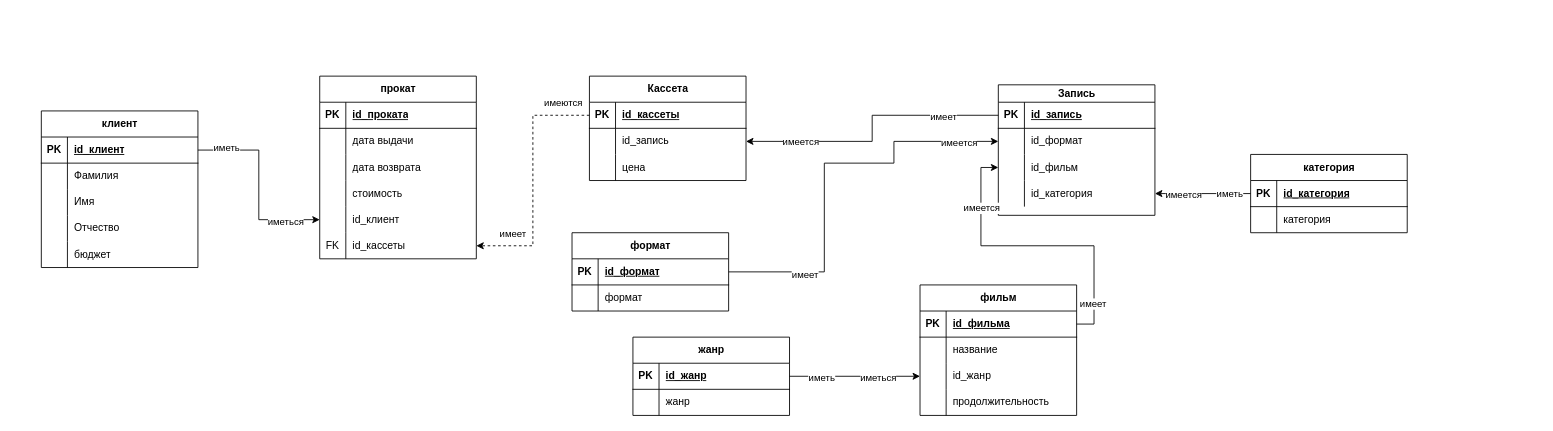
Above: БД-практика.drawio in Sxikkk/MDK_JS-2 (draw.io), before the change. Source tidied: cells renumbered, new cells numbered last; positions are measured from the earlier drawing's top-left corner, leaving out a move shared by most shapes. Both pictures are drawn from the tidied source at 87%, with x=0, y=0 at pixel (41, 76).
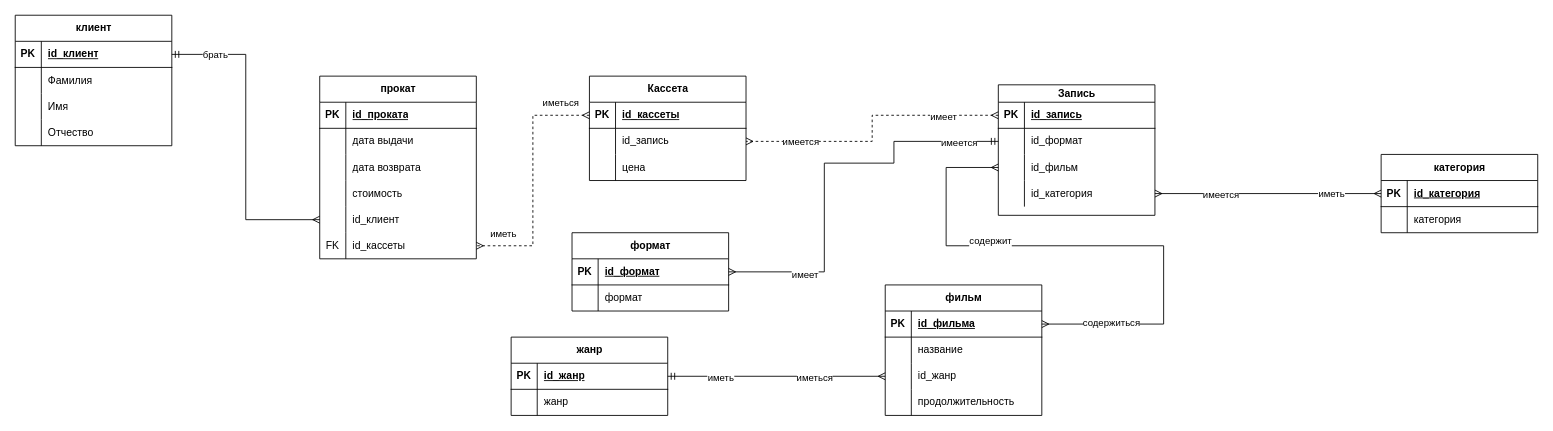
After the change.

Unchanged cells that the change refers to:
```xml
<mxCell id="3" style="shape=tableRow;horizontal=0;startSize=0;swimlaneHead=0;swimlaneBody=0;fillColor=none;points=[[0,0.5],[1,0.5]];portConstraint=eastwest;top=0;left=0;right=0;bottom=1;" parent="2" vertex="1">
  <mxGeometry y="30" width="180" height="30" as="geometry" />
</mxCell>
<mxCell id="15" style="shape=tableRow;horizontal=0;startSize=0;swimlaneHead=0;swimlaneBody=0;fillColor=none;points=[[0,0.5],[1,0.5]];portConstraint=eastwest;top=0;left=0;right=0;bottom=0;" parent="2" vertex="1">
  <mxGeometry y="150" width="180" height="30" as="geometry" />
</mxCell>
<mxCell id="18" style="shape=tableRow;horizontal=0;startSize=0;swimlaneHead=0;swimlaneBody=0;fillColor=none;points=[[0,0.5],[1,0.5]];portConstraint=eastwest;top=0;left=0;right=0;bottom=0;" parent="2" vertex="1">
  <mxGeometry y="180" width="180" height="30" as="geometry" />
</mxCell>
<mxCell id="22" style="shape=tableRow;horizontal=0;startSize=0;swimlaneHead=0;swimlaneBody=0;fillColor=none;points=[[0,0.5],[1,0.5]];portConstraint=eastwest;top=0;left=0;right=0;bottom=1;" parent="21" vertex="1">
  <mxGeometry y="30" width="180" height="30" as="geometry" />
</mxCell>
<mxCell id="25" style="shape=tableRow;horizontal=0;startSize=0;swimlaneHead=0;swimlaneBody=0;fillColor=none;points=[[0,0.5],[1,0.5]];portConstraint=eastwest;top=0;left=0;right=0;bottom=0;" parent="21" vertex="1">
  <mxGeometry y="60" width="180" height="30" as="geometry" />
</mxCell>
<mxCell id="35" style="shape=tableRow;horizontal=0;startSize=0;swimlaneHead=0;swimlaneBody=0;fillColor=none;points=[[0,0.5],[1,0.5]];portConstraint=eastwest;top=0;left=0;right=0;bottom=1;" parent="34" vertex="1">
  <mxGeometry y="20" width="180" height="30" as="geometry" />
</mxCell>
<mxCell id="38" style="shape=tableRow;horizontal=0;startSize=0;swimlaneHead=0;swimlaneBody=0;fillColor=none;points=[[0,0.5],[1,0.5]];portConstraint=eastwest;top=0;left=0;right=0;bottom=0;" parent="34" vertex="1">
  <mxGeometry y="50" width="180" height="30" as="geometry" />
</mxCell>
<mxCell id="41" style="shape=tableRow;horizontal=0;startSize=0;swimlaneHead=0;swimlaneBody=0;fillColor=none;points=[[0,0.5],[1,0.5]];portConstraint=eastwest;top=0;left=0;right=0;bottom=0;" parent="34" vertex="1">
  <mxGeometry y="80" width="180" height="30" as="geometry" />
</mxCell>
<mxCell id="44" style="shape=tableRow;horizontal=0;startSize=0;swimlaneHead=0;swimlaneBody=0;fillColor=none;points=[[0,0.5],[1,0.5]];portConstraint=eastwest;top=0;left=0;right=0;bottom=0;" parent="34" vertex="1">
  <mxGeometry y="110" width="180" height="30" as="geometry" />
</mxCell>
<mxCell id="53" value="формат" style="shape=table;startSize=30;childLayout=tableLayout;rowLines=0;fontStyle=1;align=center;html=1;" parent="1" vertex="1">
  <mxGeometry x="610" y="180" width="180" height="90" as="geometry" />
</mxCell>
<mxCell id="61" style="shape=tableRow;horizontal=0;startSize=0;swimlaneHead=0;swimlaneBody=0;fillColor=none;points=[[0,0.5],[1,0.5]];portConstraint=eastwest;top=0;left=0;right=0;bottom=1;" parent="60" vertex="1">
  <mxGeometry y="30" width="180" height="30" as="geometry" />
</mxCell>
<mxCell id="67" style="shape=tableRow;horizontal=0;startSize=0;swimlaneHead=0;swimlaneBody=0;fillColor=none;points=[[0,0.5],[1,0.5]];portConstraint=eastwest;top=0;left=0;right=0;bottom=0;" parent="60" vertex="1">
  <mxGeometry y="90" width="180" height="30" as="geometry" />
</mxCell>
<mxCell id="74" style="shape=tableRow;horizontal=0;startSize=0;swimlaneHead=0;swimlaneBody=0;fillColor=none;points=[[0,0.5],[1,0.5]];portConstraint=eastwest;top=0;left=0;right=0;bottom=1;" parent="73" vertex="1">
  <mxGeometry y="30" width="180" height="30" as="geometry" />
</mxCell>
<mxCell id="87" style="shape=tableRow;horizontal=0;startSize=0;swimlaneHead=0;swimlaneBody=0;fillColor=none;points=[[0,0.5],[1,0.5]];portConstraint=eastwest;top=0;left=0;right=0;bottom=1;" parent="86" vertex="1">
  <mxGeometry y="30" width="180" height="30" as="geometry" />
</mxCell>
<mxCell id="97" style="shape=tableRow;horizontal=0;startSize=0;swimlaneHead=0;swimlaneBody=0;fillColor=none;points=[[0,0.5],[1,0.5]];portConstraint=eastwest;top=0;left=0;right=0;bottom=1;" parent="96" vertex="1">
  <mxGeometry y="30" width="180" height="30" as="geometry" />
</mxCell>
```

What changed in the source:
```diff
@@
-    <mxCell id="31" style="edgeStyle=orthogonalEdgeStyle;rounded=0;jettySize=auto;html=1;entryX=1;entryY=0.5;entryDx=0;entryDy=0;dashed=1;" parent="1" edge="1" source="22" target="18">
+    <mxCell id="31" style="edgeStyle=orthogonalEdgeStyle;rounded=0;jettySize=auto;html=1;entryX=1;entryY=0.5;entryDx=0;entryDy=0;dashed=1;endArrow=ERmany;endFill=0;startArrow=ERmany;startFill=0;" parent="1" edge="1" source="22" target="18">
       <mxGeometry relative="1" as="geometry" />
     </mxCell>
-    <mxCell id="32" value="имеет" style="edgeLabel;html=1;align=center;verticalAlign=middle;" parent="31" vertex="1">
-      <mxGeometry x="0.71" y="3" relative="1" as="geometry">
-        <mxPoint y="-18" as="offset" />
-      </mxGeometry>
-    </mxCell>
-    <mxCell id="33" value="имеются" style="edgeLabel;html=1;align=center;verticalAlign=middle;" parent="31" vertex="1">
-      <mxGeometry x="-0.78" relative="1" as="geometry">
-        <mxPoint y="-15" as="offset" />
-      </mxGeometry>
-    </mxCell>
+    <mxCell id="113" value="иметь" style="edgeLabel;html=1;align=center;verticalAlign=middle;" parent="31" vertex="1">
+      <mxGeometry x="-0.65" y="-2" relative="1" as="geometry">
+        <mxPoint x="-51" y="137" as="offset" />
+      </mxGeometry>
+    </mxCell>
+    <mxCell id="114" value="иметься" style="edgeLabel;html=1;align=center;verticalAlign=middle;" parent="31" vertex="1">
+      <mxGeometry x="-0.76" y="2" relative="1" as="geometry">
+        <mxPoint y="-17" as="offset" />
+      </mxGeometry>
+    </mxCell>
@@
-    <mxCell id="47" style="edgeStyle=orthogonalEdgeStyle;rounded=0;jettySize=auto;html=1;entryX=1;entryY=0.5;entryDx=0;entryDy=0;" parent="1" edge="1" source="35" target="25">
+    <mxCell id="47" style="edgeStyle=orthogonalEdgeStyle;rounded=0;jettySize=auto;html=1;entryX=1;entryY=0.5;entryDx=0;entryDy=0;startArrow=ERmany;startFill=0;endArrow=ERmany;endFill=0;dashed=1;" parent="1" edge="1" source="35" target="25">
       <mxGeometry relative="1" as="geometry" />
     </mxCell>
@@
-    <mxCell id="50" style="edgeStyle=orthogonalEdgeStyle;rounded=0;jettySize=auto;html=1;entryX=0;entryY=0.5;entryDx=0;entryDy=0;" parent="1" edge="1" source="53" target="38">
+    <mxCell id="50" style="edgeStyle=orthogonalEdgeStyle;rounded=0;jettySize=auto;html=1;entryX=0;entryY=0.5;entryDx=0;entryDy=0;endArrow=ERmandOne;endFill=0;startArrow=ERmany;startFill=0;" parent="1" edge="1" source="53" target="38">
       <mxGeometry relative="1" as="geometry">
         <Array as="points">
           <mxPoint x="900" y="225" />
           <mxPoint x="900" y="100" />
           <mxPoint x="980" y="100" />
           <mxPoint x="980" y="75" />
         </Array>
       </mxGeometry>
     </mxCell>
@@
     <mxCell id="60" value="фильм" style="shape=table;startSize=30;childLayout=tableLayout;rowLines=0;fontStyle=1;align=center;html=1;" parent="1" vertex="1">
-      <mxGeometry x="1010" y="240" width="180" height="150" as="geometry" />
+      <mxGeometry x="970" y="240" width="180" height="150" as="geometry" />
     </mxCell>
@@
     <mxCell id="73" value="категория" style="shape=table;startSize=30;childLayout=tableLayout;rowLines=0;fontStyle=1;align=center;html=1;" parent="1" vertex="1">
-      <mxGeometry x="1390" y="90" width="180" height="90" as="geometry" />
+      <mxGeometry x="1540" y="90" width="180" height="90" as="geometry" />
     </mxCell>
@@
-    <mxCell id="80" style="edgeStyle=orthogonalEdgeStyle;rounded=0;jettySize=auto;html=1;entryX=0;entryY=0.5;entryDx=0;entryDy=0;" parent="1" edge="1" source="61" target="41">
-      <mxGeometry relative="1" as="geometry" />
+    <mxCell id="80" style="edgeStyle=orthogonalEdgeStyle;rounded=0;jettySize=auto;html=1;entryX=0;entryY=0.5;entryDx=0;entryDy=0;startArrow=ERmany;startFill=0;endArrow=ERmany;endFill=0;" parent="1" edge="1" source="61" target="41">
+      <mxGeometry relative="1" as="geometry">
+        <Array as="points">
+          <mxPoint x="1290" y="285" />
+          <mxPoint x="1290" y="195" />
+          <mxPoint x="1040" y="195" />
+          <mxPoint x="1040" y="105" />
+        </Array>
+      </mxGeometry>
     </mxCell>
-    <mxCell id="81" value="имеет" style="edgeLabel;html=1;align=center;verticalAlign=middle;" parent="80" vertex="1">
+    <mxCell id="81" value="содержиться" style="edgeLabel;html=1;align=center;verticalAlign=middle;" parent="80" vertex="1">
       <mxGeometry x="-0.75" y="2" relative="1" as="geometry" />
     </mxCell>
-    <mxCell id="82" value="имеется" style="edgeLabel;html=1;align=center;verticalAlign=middle;" parent="80" vertex="1">
-      <mxGeometry x="0.62" relative="1" as="geometry" />
+    <mxCell id="82" value="содержит" style="edgeLabel;html=1;align=center;verticalAlign=middle;" parent="80" vertex="1">
+      <mxGeometry x="0.62" relative="1" as="geometry">
+        <mxPoint x="50" y="24" as="offset" />
+      </mxGeometry>
     </mxCell>
-    <mxCell id="83" style="edgeStyle=orthogonalEdgeStyle;rounded=0;jettySize=auto;html=1;exitX=0;exitY=0.5;exitDx=0;exitDy=0;entryX=1;entryY=0.5;entryDx=0;entryDy=0;" parent="1" edge="1" source="74" target="44">
+    <mxCell id="83" style="edgeStyle=orthogonalEdgeStyle;rounded=0;jettySize=auto;html=1;exitX=0;exitY=0.5;exitDx=0;exitDy=0;entryX=1;entryY=0.5;entryDx=0;entryDy=0;endArrow=ERmany;endFill=0;startArrow=ERmany;startFill=0;" parent="1" edge="1" source="74" target="44">
       <mxGeometry relative="1" as="geometry" />
     </mxCell>
@@
     <mxCell id="86" value="жанр" style="shape=table;startSize=30;childLayout=tableLayout;rowLines=0;fontStyle=1;align=center;html=1;" parent="1" vertex="1">
-      <mxGeometry x="680" y="300" width="180" height="90" as="geometry" />
+      <mxGeometry x="540" y="300" width="180" height="90" as="geometry" />
     </mxCell>
@@
-    <mxCell id="93" style="edgeStyle=orthogonalEdgeStyle;rounded=0;jettySize=auto;html=1;entryX=0;entryY=0.5;entryDx=0;entryDy=0;" parent="1" edge="1" source="87" target="67">
+    <mxCell id="93" style="edgeStyle=orthogonalEdgeStyle;rounded=0;jettySize=auto;html=1;entryX=0;entryY=0.5;entryDx=0;entryDy=0;startArrow=ERmandOne;startFill=0;endArrow=ERmany;endFill=0;" parent="1" edge="1" source="87" target="67">
       <mxGeometry relative="1" as="geometry" />
     </mxCell>
@@
     <mxCell id="96" value="клиент" style="shape=table;startSize=30;childLayout=tableLayout;rowLines=0;fontStyle=1;align=center;html=1;" parent="1" vertex="1">
-      <mxGeometry y="40" width="180" height="180" as="geometry" />
+      <mxGeometry x="-30" y="-70" width="180" height="150" as="geometry" />
     </mxCell>
@@
-    <mxCell id="109" style="shape=tableRow;horizontal=0;startSize=0;swimlaneHead=0;swimlaneBody=0;fillColor=none;top=0;left=0;right=0;bottom=0;" parent="96" vertex="1">
-      <mxGeometry y="150" width="180" height="30" as="geometry" />
-    </mxCell>
-    <mxCell id="110" style="shape=partialRectangle;fillColor=none;top=0;left=0;bottom=0;right=0;overflow=hidden;whiteSpace=wrap;html=1;" parent="109" vertex="1">
-      <mxGeometry width="30" height="30" as="geometry" />
-    </mxCell>
-    <mxCell id="111" value="бюджет" style="shape=partialRectangle;fillColor=none;top=0;left=0;bottom=0;right=0;align=left;spacingLeft=6;overflow=hidden;whiteSpace=wrap;html=1;" parent="109" vertex="1">
-      <mxGeometry x="30" width="150" height="30" as="geometry" />
-    </mxCell>
-    <mxCell id="112" style="edgeStyle=orthogonalEdgeStyle;rounded=0;jettySize=auto;html=1;exitX=1;exitY=0.5;exitDx=0;exitDy=0;entryX=0;entryY=0.5;entryDx=0;entryDy=0;" parent="1" edge="1" source="97" target="15">
-      <mxGeometry relative="1" as="geometry" />
-    </mxCell>
-    <mxCell id="113" value="иметь" style="edgeLabel;html=1;align=center;verticalAlign=middle;" parent="112" vertex="1">
-      <mxGeometry x="-0.71" y="3" relative="1" as="geometry" />
-    </mxCell>
-    <mxCell id="114" value="иметься" style="edgeLabel;html=1;align=center;verticalAlign=middle;" parent="112" vertex="1">
-      <mxGeometry x="0.64" y="-2" relative="1" as="geometry" />
-    </mxCell>
+    <mxCell id="115" style="edgeStyle=orthogonalEdgeStyle;rounded=0;jettySize=auto;html=1;exitX=0;exitY=0.5;exitDx=0;exitDy=0;entryX=1;entryY=0.5;entryDx=0;entryDy=0;endArrow=diamond;endFill=1;" parent="1" edge="1" source="3">
+      <mxGeometry relative="1" as="geometry" />
+    </mxCell>
+    <mxCell id="116" value="берет" style="edgeLabel;html=1;align=center;verticalAlign=middle;" parent="115" vertex="1">
+      <mxGeometry x="-0.46" relative="1" as="geometry">
+        <mxPoint x="10" y="-10" as="offset" />
+      </mxGeometry>
+    </mxCell>
+    <mxCell id="117" style="edgeStyle=orthogonalEdgeStyle;rounded=0;jettySize=auto;html=1;entryX=1;entryY=0.5;entryDx=0;entryDy=0;startArrow=ERmany;startFill=0;endArrow=ERmandOne;endFill=0;" parent="1" edge="1" source="15" target="97">
+      <mxGeometry relative="1" as="geometry" />
+    </mxCell>
+    <mxCell id="118" value="брать" style="edgeLabel;html=1;align=center;verticalAlign=middle;" parent="117" vertex="1">
+      <mxGeometry x="0.73" relative="1" as="geometry" />
+    </mxCell>
```
